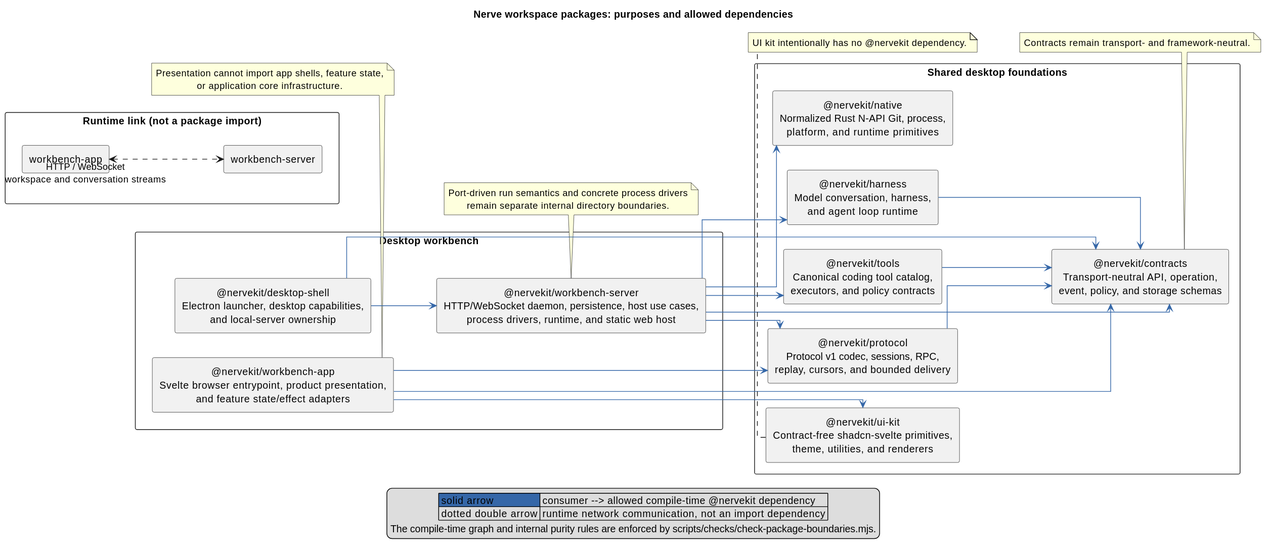
This is packages/website/public/diagrams/02-package-dependencies.svg from ThilinaTLM/nerve, a PlantUML export, as it was before one commit.
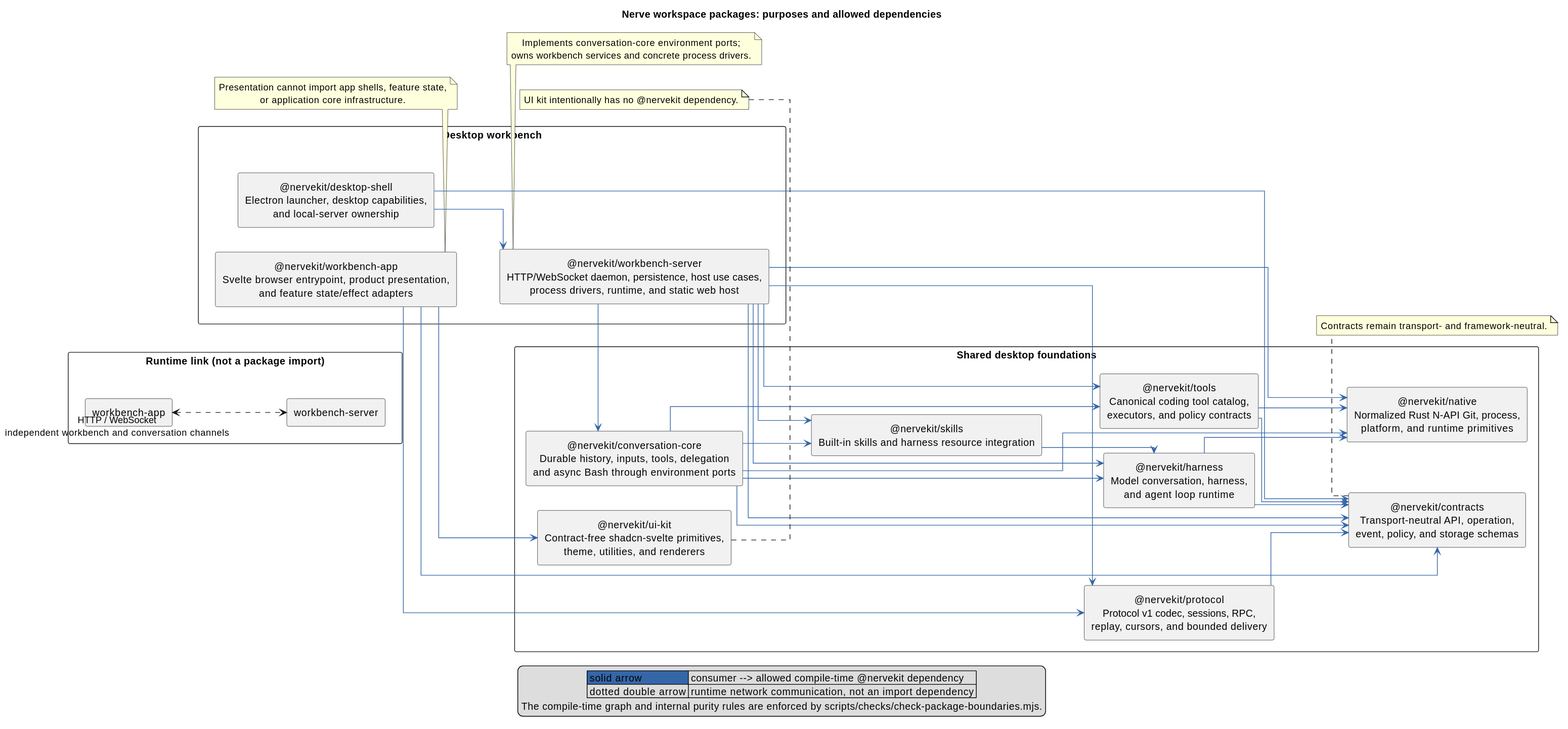
Above is the later version.

The edit, as a diff of the source:
```diff
@@ -12,6 +12,8 @@
   component "@nervekit/contracts\nTransport-neutral API, operation,\nevent, policy, and storage schemas" as contracts
   component "@nervekit/protocol\nProtocol v1 codec, sessions, RPC,\nreplay, cursors, and bounded delivery" as protocol
   component "@nervekit/harness\nModel conversation, harness,\nand agent loop runtime" as harness
+  component "@nervekit/skills\nBuilt-in skills and harness resource integration" as skills
+  component "@nervekit/conversation-core\nDurable history, inputs, tools, delegation\nand async Bash through environment ports" as core
   component "@nervekit/tools\nCanonical coding tool catalog,\nexecutors, and policy contracts" as tools
   component "@nervekit/native\nNormalized Rust N-API Git, process,\nplatform, and runtime primitives" as native
   component "@nervekit/ui-kit\nContract-free shadcn-svelte primitives,\ntheme, utilities, and renderers" as ui_kit
@@ -25,8 +27,18 @@
 
 protocol -[#3567a8]-> contracts
 harness -[#3567a8]-> contracts
+harness -[#3567a8]-> native
+skills -[#3567a8]-> harness
+core -[#3567a8]-> contracts
+core -[#3567a8]-> native
+core -[#3567a8]-> harness
+core -[#3567a8]-> skills
+core -[#3567a8]-> tools
 tools -[#3567a8]-> contracts
+tools -[#3567a8]-> native
 
+workbench_server -[#3567a8]-> core
+workbench_server -[#3567a8]-> skills
 workbench_server -[#3567a8]-> contracts
 workbench_server -[#3567a8]-> protocol
 workbench_server -[#3567a8]-> harness
@@ -41,7 +53,7 @@
 rectangle "Runtime link (not a package import)" as runtime_links {
   component "workbench-app" as rt_workbench_app
   component "workbench-server" as rt_workbench_server
-  rt_workbench_app <..> rt_workbench_server : HTTP / WebSocket\nworkspace and conversation streams
+  rt_workbench_app <..> rt_workbench_server : HTTP / WebSocket\nindependent workbench and conversation channels
 }
 runtime_links -[hidden]down-> local
 
@@ -52,8 +64,8 @@
   UI kit intentionally has no @nervekit dependency.
 end note
 note bottom of workbench_server
-  Port-driven run semantics and concrete process drivers
-  remain separate internal directory boundaries.
+  Implements conversation-core environment ports;
+  owns workbench services and concrete process drivers.
 end note
 note bottom of workbench_app
   Presentation cannot import app shells, feature state,
@@ -63,6 +75,6 @@
 legend bottom
   |<#3567a8> solid arrow | consumer --> allowed compile-time @nervekit dependency |
   | dotted double arrow | runtime network communication, not an import dependency |
-  The compile-time graph and internal purity rules are enforced by scripts/check-package-boundaries.mjs.
+  The compile-time graph and internal purity rules are enforced by scripts/checks/check-package-boundaries.mjs.
 endlegend
 @enduml
```
